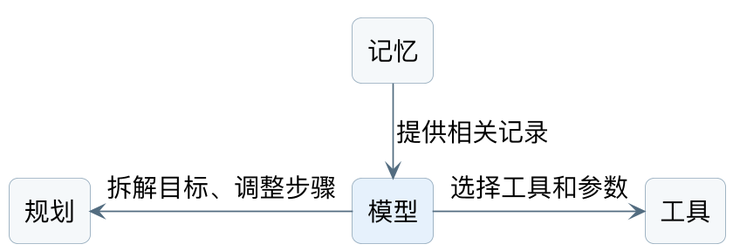
Before: 附件/Agent-能力组成.png, a diagram exported from PlantUML (CharlieAJing/agent-learn).
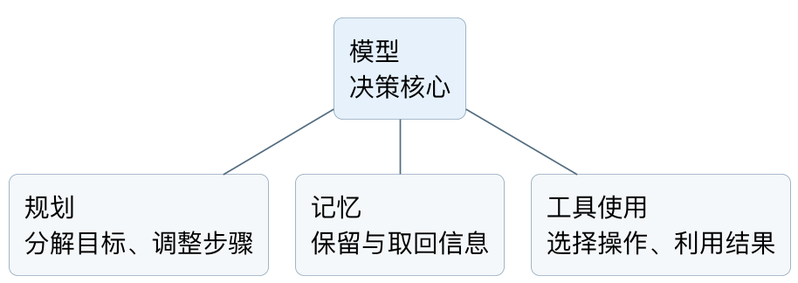
The same diagram one commit later.

What changed in the source:
```diff
@@ -11,11 +11,13 @@
 skinparam roundcorner 12
 skinparam nodesep 28
 skinparam ranksep 30
-rectangle "规划" as Plan
-rectangle "模型" as Model #E6F1FC
-rectangle "记忆" as Memory
-rectangle "工具" as Tools
-Model -left-> Plan : 拆解目标、调整步骤
-Memory -down-> Model : 提供相关记录
-Model -right-> Tools : 选择工具和参数
+rectangle "模型\n决策核心" as Model #E6F1FC
+rectangle "规划\n分解目标、调整步骤" as Plan
+rectangle "记忆\n保留与取回信息" as Memory
+rectangle "工具使用\n选择操作、利用结果" as ToolUse
+Model -- Plan
+Model -- Memory
+Model -- ToolUse
+Plan -[hidden]right-> Memory
+Memory -[hidden]right-> ToolUse
 @enduml
```
